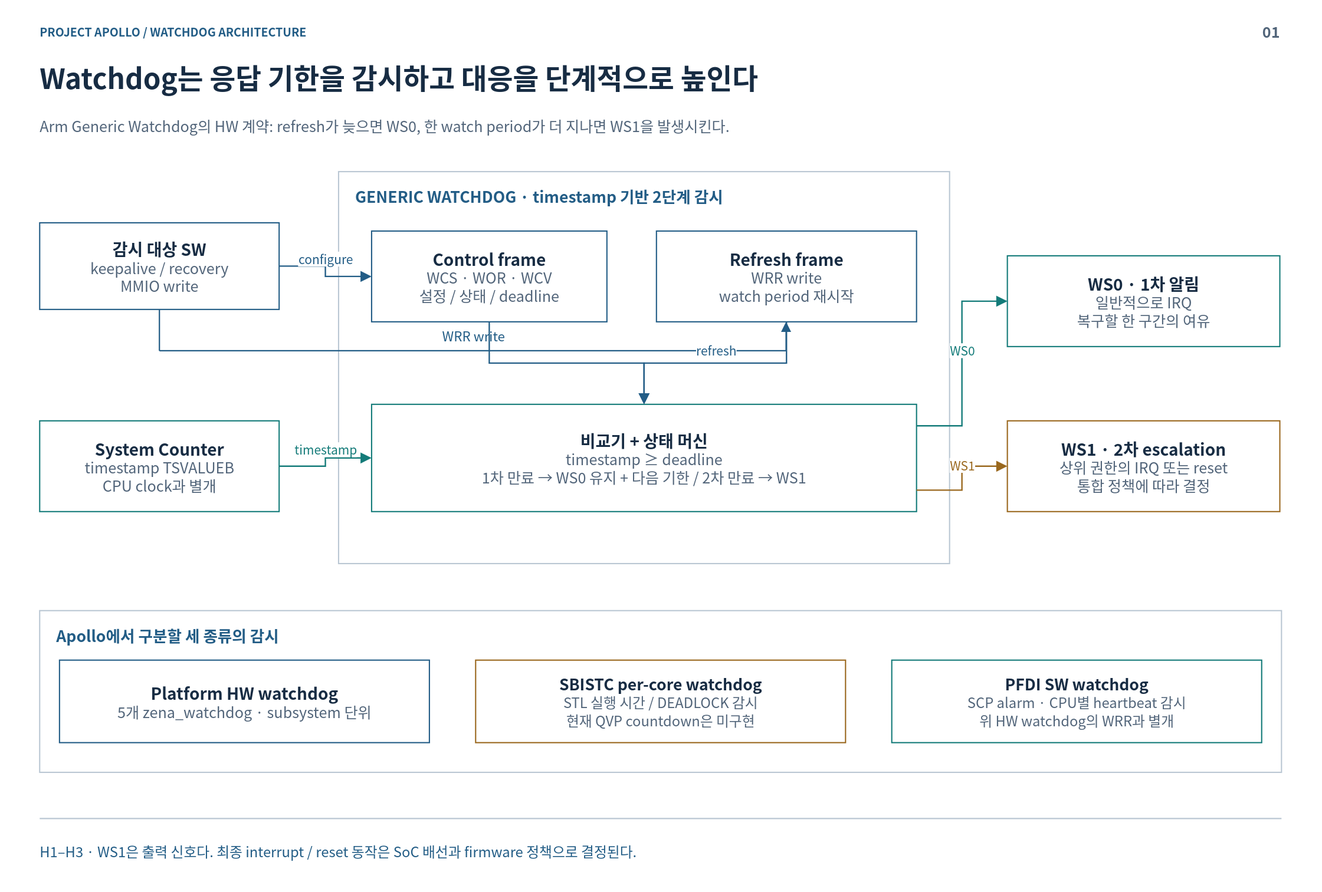
Earlier version of the draw.io export doc/phase1/watchdog/diagrams/01-hardware.drawio.svg (cometzero/project-apollo). Source tidied: cells renumbered, new cells last; positions are measured from the earlier drawing's top-left corner, leaving out a move shared by most shapes.
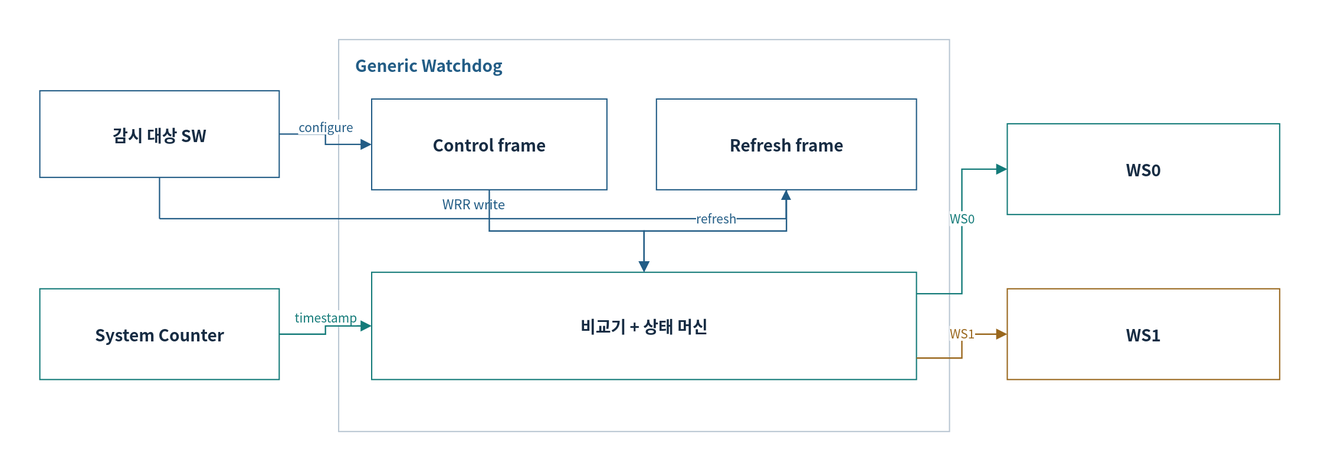
The same diagram one commit later.

Diff of the diagram source:
```diff
@@ -3,54 +3,33 @@
     <mxCell id="0" />
     <mxCell id="1" parent="0" />
     <mxCell id="2" style="rounded=0;whiteSpace=wrap;html=1;fillColor=#FFFFFF;strokeWidth=1.5;fontFamily=Noto Sans CJK KR;fontSize=18;spacing=12;fontColor=#172C43;strokeColor=none;" parent="1" vertex="1">
-      <mxGeometry width="1600" height="1080" as="geometry" />
+      <mxGeometry y="160" width="1600" height="565" as="geometry" />
     </mxCell>
-    <mxCell id="3" value="PROJECT APOLLO / WATCHDOG ARCHITECTURE" style="rounded=0;whiteSpace=wrap;html=1;fillColor=#FFFFFF;strokeWidth=1.5;fontFamily=Noto Sans CJK KR;fontSize=18;spacing=12;fontColor=#172C43;strokeColor=none;fillColor=none;spacing=0;align=left;verticalAlign=middle;fontSize=14;fontColor=#235D86;fontStyle=1;" parent="1" vertex="1">
-      <mxGeometry x="48" y="26" width="1400" height="24" as="geometry" />
-    </mxCell>
-    <mxCell id="4" value="01" style="rounded=0;whiteSpace=wrap;html=1;fillColor=#FFFFFF;strokeWidth=1.5;fontFamily=Noto Sans CJK KR;fontSize=18;spacing=12;fontColor=#172C43;strokeColor=none;fillColor=none;spacing=0;align=right;verticalAlign=middle;fontSize=18;fontColor=#52657A;fontStyle=1;" parent="1" vertex="1">
-      <mxGeometry x="1485" y="23" width="65" height="30" as="geometry" />
-    </mxCell>
-    <mxCell id="5" value="Watchdog는 응답 기한을 감시하고 대응을 단계적으로 높인다" style="rounded=0;whiteSpace=wrap;html=1;fillColor=#FFFFFF;strokeWidth=1.5;fontFamily=Noto Sans CJK KR;fontSize=18;spacing=12;fontColor=#172C43;strokeColor=none;fillColor=none;spacing=0;align=left;verticalAlign=middle;fontSize=34;fontColor=#172C43;fontStyle=1;" parent="1" vertex="1">
-      <mxGeometry x="48" y="67" width="1504" height="54" as="geometry" />
-    </mxCell>
-    <mxCell id="6" value="Arm Generic Watchdog의 HW 계약: refresh가 늦으면 WS0, 한 watch period가 더 지나면 WS1을 발생시킨다." style="rounded=0;whiteSpace=wrap;html=1;fillColor=#FFFFFF;strokeWidth=1.5;fontFamily=Noto Sans CJK KR;fontSize=18;spacing=12;fontColor=#172C43;strokeColor=none;fillColor=none;spacing=0;align=left;verticalAlign=middle;fontSize=18;fontColor=#52657A;fontStyle=0;" parent="1" vertex="1">
-      <mxGeometry x="48" y="127" width="1504" height="50" as="geometry" />
-    </mxCell>
-    <mxCell id="7" style="html=1;whiteSpace=nowrap;edgeStyle=none;endArrow=none;endSize=8;strokeWidth=1.6;strokeColor=#BAC7D3;fontColor=#BAC7D3;fontFamily=Noto Sans CJK KR;fontSize=16;labelBackgroundColor=#FFFFFF;dashed=0;" parent="1" edge="1">
-      <mxGeometry relative="1" as="geometry">
-        <mxPoint x="48" y="992" as="sourcePoint" />
-        <mxPoint x="1552" y="992" as="targetPoint" />
-      </mxGeometry>
-    </mxCell>
-    <mxCell id="8" value="H1–H3 · WS1은 출력 신호다. 최종 interrupt / reset 동작은 SoC 배선과 firmware 정책으로 결정된다." style="rounded=0;whiteSpace=wrap;html=1;fillColor=#FFFFFF;strokeWidth=1.5;fontFamily=Noto Sans CJK KR;fontSize=18;spacing=12;fontColor=#172C43;strokeColor=none;fillColor=none;spacing=0;align=left;verticalAlign=middle;fontSize=17;fontColor=#235D86;fontStyle=0;" parent="1" vertex="1">
-      <mxGeometry x="48" y="1007" width="1504" height="50" as="geometry" />
-    </mxCell>
     <mxCell id="9" style="rounded=0;whiteSpace=wrap;html=1;fillColor=#FFFFFF;strokeWidth=1.5;fontFamily=Noto Sans CJK KR;fontSize=18;spacing=12;fontColor=#172C43;strokeColor=#BAC7D3;" parent="1" vertex="1">
       <mxGeometry x="410" y="208" width="740" height="475" as="geometry" />
     </mxCell>
-    <mxCell id="10" value="GENERIC WATCHDOG · timestamp 기반 2단계 감시" style="rounded=0;whiteSpace=wrap;html=1;fillColor=#FFFFFF;strokeWidth=1.5;fontFamily=Noto Sans CJK KR;fontSize=18;spacing=12;fontColor=#172C43;strokeColor=none;fillColor=none;spacing=0;align=left;verticalAlign=middle;fontSize=19;fontColor=#235D86;fontStyle=1;" parent="1" vertex="1">
+    <mxCell id="10" value="Generic Watchdog" style="rounded=0;whiteSpace=wrap;html=1;fillColor=#FFFFFF;strokeWidth=1.5;fontFamily=Noto Sans CJK KR;fontSize=18;spacing=12;fontColor=#172C43;strokeColor=none;fillColor=none;spacing=0;align=left;verticalAlign=middle;fontSize=19;fontColor=#235D86;fontStyle=1;fontSize=20;fontStyle=1;" parent="1" vertex="1">
       <mxGeometry x="430" y="222" width="700" height="32" as="geometry" />
     </mxCell>
-    <mxCell id="11" value="&lt;b style=&quot;font-size:20px&quot;&gt;감시 대상 SW&lt;/b&gt;&lt;br&gt;&lt;font color=&quot;#52657A&quot; style=&quot;font-size:18px&quot;&gt;keepalive / recovery&lt;br&gt;MMIO write&lt;/font&gt;" style="rounded=0;whiteSpace=wrap;html=1;fillColor=#FFFFFF;strokeWidth=1.5;fontFamily=Noto Sans CJK KR;fontSize=18;spacing=12;fontColor=#172C43;strokeColor=#235D86;" parent="1" vertex="1">
+    <mxCell id="11" value="감시 대상 SW" style="rounded=0;whiteSpace=wrap;html=1;fillColor=#FFFFFF;strokeWidth=1.5;fontFamily=Noto Sans CJK KR;fontSize=18;spacing=12;fontColor=#172C43;strokeColor=#235D86;fontSize=20;fontStyle=1;" parent="1" vertex="1">
       <mxGeometry x="48" y="270" width="290" height="105" as="geometry" />
     </mxCell>
-    <mxCell id="12" value="&lt;b style=&quot;font-size:20px&quot;&gt;Control frame&lt;/b&gt;&lt;br&gt;&lt;font color=&quot;#52657A&quot; style=&quot;font-size:18px&quot;&gt;WCS · WOR · WCV&lt;br&gt;설정 / 상태 / deadline&lt;/font&gt;" style="rounded=0;whiteSpace=wrap;html=1;fillColor=#FFFFFF;strokeWidth=1.5;fontFamily=Noto Sans CJK KR;fontSize=18;spacing=12;fontColor=#172C43;strokeColor=#235D86;" parent="1" vertex="1">
+    <mxCell id="12" value="Control frame" style="rounded=0;whiteSpace=wrap;html=1;fillColor=#FFFFFF;strokeWidth=1.5;fontFamily=Noto Sans CJK KR;fontSize=18;spacing=12;fontColor=#172C43;strokeColor=#235D86;fontSize=20;fontStyle=1;" parent="1" vertex="1">
       <mxGeometry x="450" y="280" width="285" height="110" as="geometry" />
     </mxCell>
-    <mxCell id="13" value="&lt;b style=&quot;font-size:20px&quot;&gt;Refresh frame&lt;/b&gt;&lt;br&gt;&lt;font color=&quot;#52657A&quot; style=&quot;font-size:18px&quot;&gt;WRR write&lt;br&gt;watch period 재시작&lt;/font&gt;" style="rounded=0;whiteSpace=wrap;html=1;fillColor=#FFFFFF;strokeWidth=1.5;fontFamily=Noto Sans CJK KR;fontSize=18;spacing=12;fontColor=#172C43;strokeColor=#235D86;" parent="1" vertex="1">
+    <mxCell id="13" value="Refresh frame" style="rounded=0;whiteSpace=wrap;html=1;fillColor=#FFFFFF;strokeWidth=1.5;fontFamily=Noto Sans CJK KR;fontSize=18;spacing=12;fontColor=#172C43;strokeColor=#235D86;fontSize=20;fontStyle=1;" parent="1" vertex="1">
       <mxGeometry x="795" y="280" width="315" height="110" as="geometry" />
     </mxCell>
-    <mxCell id="14" value="&lt;b style=&quot;font-size:20px&quot;&gt;System Counter&lt;/b&gt;&lt;br&gt;&lt;font color=&quot;#52657A&quot; style=&quot;font-size:18px&quot;&gt;timestamp TSVALUEB&lt;br&gt;CPU clock과 별개&lt;/font&gt;" style="rounded=0;whiteSpace=wrap;html=1;fillColor=#FFFFFF;strokeWidth=1.5;fontFamily=Noto Sans CJK KR;fontSize=18;spacing=12;fontColor=#172C43;strokeColor=#147B79;" parent="1" vertex="1">
+    <mxCell id="14" value="System Counter" style="rounded=0;whiteSpace=wrap;html=1;fillColor=#FFFFFF;strokeWidth=1.5;fontFamily=Noto Sans CJK KR;fontSize=18;spacing=12;fontColor=#172C43;strokeColor=#147B79;fontSize=20;fontStyle=1;" parent="1" vertex="1">
       <mxGeometry x="48" y="510" width="290" height="110" as="geometry" />
     </mxCell>
-    <mxCell id="15" value="&lt;b style=&quot;font-size:20px&quot;&gt;비교기 + 상태 머신&lt;/b&gt;&lt;br&gt;&lt;font color=&quot;#52657A&quot; style=&quot;font-size:18px&quot;&gt;timestamp ≥ deadline&lt;br&gt;1차 만료 → WS0 유지 + 다음 기한 / 2차 만료 → WS1&lt;/font&gt;" style="rounded=0;whiteSpace=wrap;html=1;fillColor=#FFFFFF;strokeWidth=1.5;fontFamily=Noto Sans CJK KR;fontSize=18;spacing=12;fontColor=#172C43;strokeColor=#147B79;" parent="1" vertex="1">
+    <mxCell id="15" value="비교기 + 상태 머신" style="rounded=0;whiteSpace=wrap;html=1;fillColor=#FFFFFF;strokeWidth=1.5;fontFamily=Noto Sans CJK KR;fontSize=18;spacing=12;fontColor=#172C43;strokeColor=#147B79;fontSize=20;fontStyle=1;" parent="1" vertex="1">
       <mxGeometry x="450" y="490" width="660" height="130" as="geometry" />
     </mxCell>
-    <mxCell id="16" value="&lt;b style=&quot;font-size:20px&quot;&gt;WS0 · 1차 알림&lt;/b&gt;&lt;br&gt;&lt;font color=&quot;#52657A&quot; style=&quot;font-size:18px&quot;&gt;일반적으로 IRQ&lt;br&gt;복구할 한 구간의 여유&lt;/font&gt;" style="rounded=0;whiteSpace=wrap;html=1;fillColor=#FFFFFF;strokeWidth=1.5;fontFamily=Noto Sans CJK KR;fontSize=18;spacing=12;fontColor=#172C43;strokeColor=#147B79;" parent="1" vertex="1">
+    <mxCell id="16" value="WS0" style="rounded=0;whiteSpace=wrap;html=1;fillColor=#FFFFFF;strokeWidth=1.5;fontFamily=Noto Sans CJK KR;fontSize=18;spacing=12;fontColor=#172C43;strokeColor=#147B79;fontSize=20;fontStyle=1;" parent="1" vertex="1">
       <mxGeometry x="1220" y="310" width="330" height="110" as="geometry" />
     </mxCell>
-    <mxCell id="17" value="&lt;b style=&quot;font-size:20px&quot;&gt;WS1 · 2차 escalation&lt;/b&gt;&lt;br&gt;&lt;font color=&quot;#52657A&quot; style=&quot;font-size:18px&quot;&gt;상위 권한의 IRQ 또는 reset&lt;br&gt;통합 정책에 따라 결정&lt;/font&gt;" style="rounded=0;whiteSpace=wrap;html=1;fillColor=#FFFFFF;strokeWidth=1.5;fontFamily=Noto Sans CJK KR;fontSize=18;spacing=12;fontColor=#172C43;strokeColor=#9A681E;" parent="1" vertex="1">
+    <mxCell id="17" value="WS1" style="rounded=0;whiteSpace=wrap;html=1;fillColor=#FFFFFF;strokeWidth=1.5;fontFamily=Noto Sans CJK KR;fontSize=18;spacing=12;fontColor=#172C43;strokeColor=#9A681E;fontSize=20;fontStyle=1;" parent="1" vertex="1">
       <mxGeometry x="1220" y="510" width="330" height="110" as="geometry" />
     </mxCell>
     <mxCell id="18" value="configure" style="html=1;whiteSpace=nowrap;edgeStyle=orthogonalEdgeStyle;rounded=0;endArrow=block;endSize=9;strokeWidth=1.7;strokeColor=#235D86;fontColor=#235D86;fontFamily=Noto Sans CJK KR;fontSize=15;labelBackgroundColor=#FFFFFF;" parent="1" edge="1" source="11" target="12">
@@ -102,20 +81,5 @@
         <mxPoint y="-16" as="offset" />
       </mxGeometry>
     </mxCell>
-    <mxCell id="27" style="rounded=0;whiteSpace=wrap;html=1;fillColor=#FFFFFF;strokeWidth=1.5;fontFamily=Noto Sans CJK KR;fontSize=18;spacing=12;fontColor=#172C43;strokeColor=#BAC7D3;" parent="1" vertex="1">
-      <mxGeometry x="48" y="740" width="1504" height="196" as="geometry" />
-    </mxCell>
-    <mxCell id="28" value="Apollo에서 구분할 세 종류의 감시" style="rounded=0;whiteSpace=wrap;html=1;fillColor=#FFFFFF;strokeWidth=1.5;fontFamily=Noto Sans CJK KR;fontSize=18;spacing=12;fontColor=#172C43;strokeColor=none;fillColor=none;spacing=0;align=left;verticalAlign=middle;fontSize=19;fontColor=#235D86;fontStyle=1;" parent="1" vertex="1">
-      <mxGeometry x="68" y="754" width="1464" height="32" as="geometry" />
-    </mxCell>
-    <mxCell id="29" value="&lt;b style=&quot;font-size:20px&quot;&gt;Platform HW watchdog&lt;/b&gt;&lt;br&gt;&lt;font color=&quot;#52657A&quot; style=&quot;font-size:18px&quot;&gt;5개 zena_watchdog · subsystem 단위&lt;/font&gt;" style="rounded=0;whiteSpace=wrap;html=1;fillColor=#FFFFFF;strokeWidth=1.5;fontFamily=Noto Sans CJK KR;fontSize=18;spacing=12;fontColor=#172C43;strokeColor=#235D86;" parent="1" vertex="1">
-      <mxGeometry x="72" y="800" width="448" height="100" as="geometry" />
-    </mxCell>
-    <mxCell id="30" value="&lt;b style=&quot;font-size:19px&quot;&gt;SBISTC per-core watchdog&lt;/b&gt;&lt;br&gt;&lt;font color=&quot;#52657A&quot; style=&quot;font-size:17px&quot;&gt;STL 실행 시간 / DEADLOCK 감시&lt;br&gt;현재 QVP countdown은 미구현&lt;/font&gt;" style="rounded=0;whiteSpace=wrap;html=1;fillColor=#FFFFFF;strokeWidth=1.5;fontFamily=Noto Sans CJK KR;fontSize=18;spacing=12;fontColor=#172C43;strokeColor=#9A681E;" parent="1" vertex="1">
-      <mxGeometry x="576" y="800" width="448" height="100" as="geometry" />
-    </mxCell>
-    <mxCell id="31" value="&lt;b style=&quot;font-size:19px&quot;&gt;PFDI SW watchdog&lt;/b&gt;&lt;br&gt;&lt;font color=&quot;#52657A&quot; style=&quot;font-size:17px&quot;&gt;SCP alarm · CPU별 heartbeat 감시&lt;br&gt;위 HW watchdog의 WRR과 별개&lt;/font&gt;" style="rounded=0;whiteSpace=wrap;html=1;fillColor=#FFFFFF;strokeWidth=1.5;fontFamily=Noto Sans CJK KR;fontSize=18;spacing=12;fontColor=#172C43;strokeColor=#147B79;" parent="1" vertex="1">
-      <mxGeometry x="1080" y="800" width="448" height="100" as="geometry" />
-    </mxCell>
   </root>
 </mxGraphModel>
```
